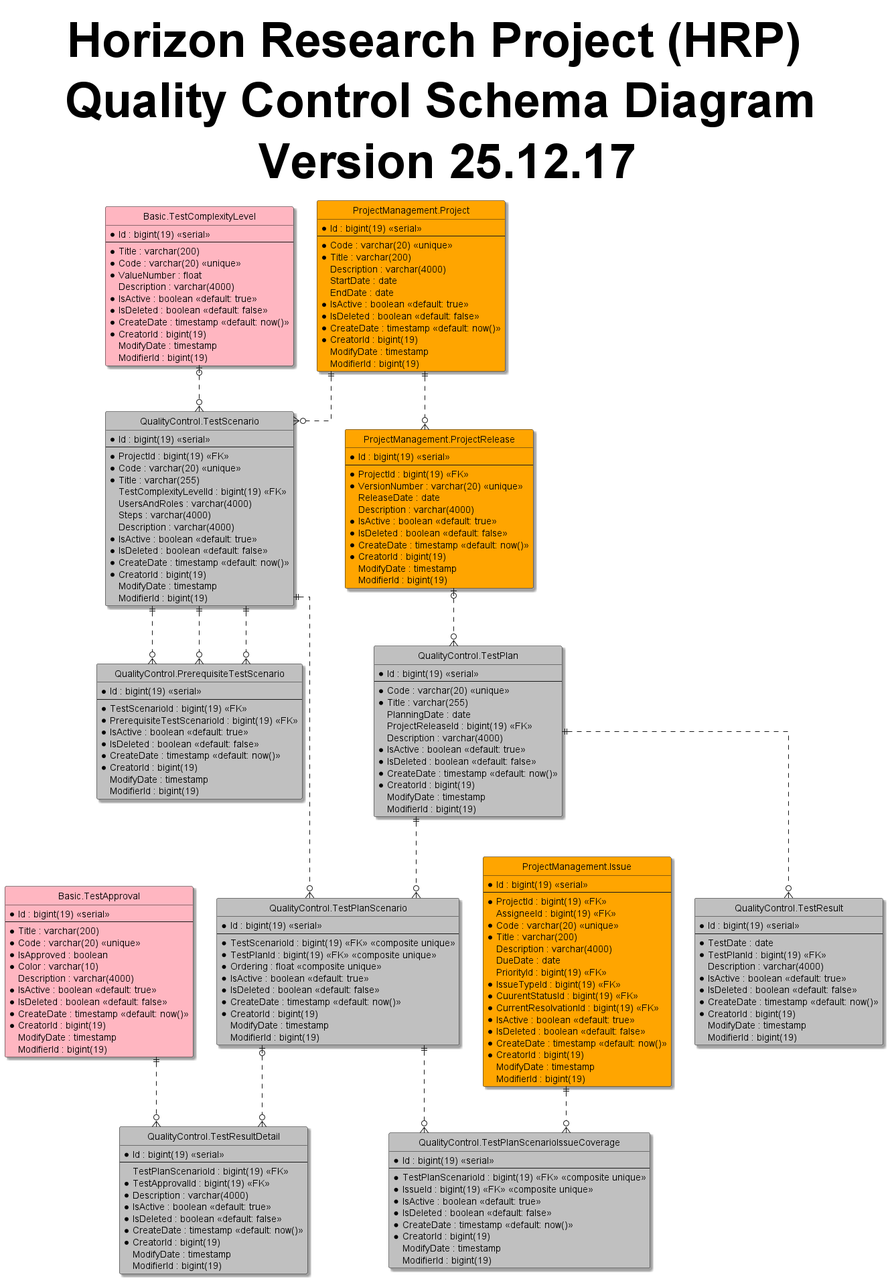
shadowfox1984/Horizon keeps this PlantUML diagram as 3-HorizonModeling/3.1-HorizonUml/out/ERD/Schemas/QualityControlSchemaDiagram.png. Above is the earlier version.
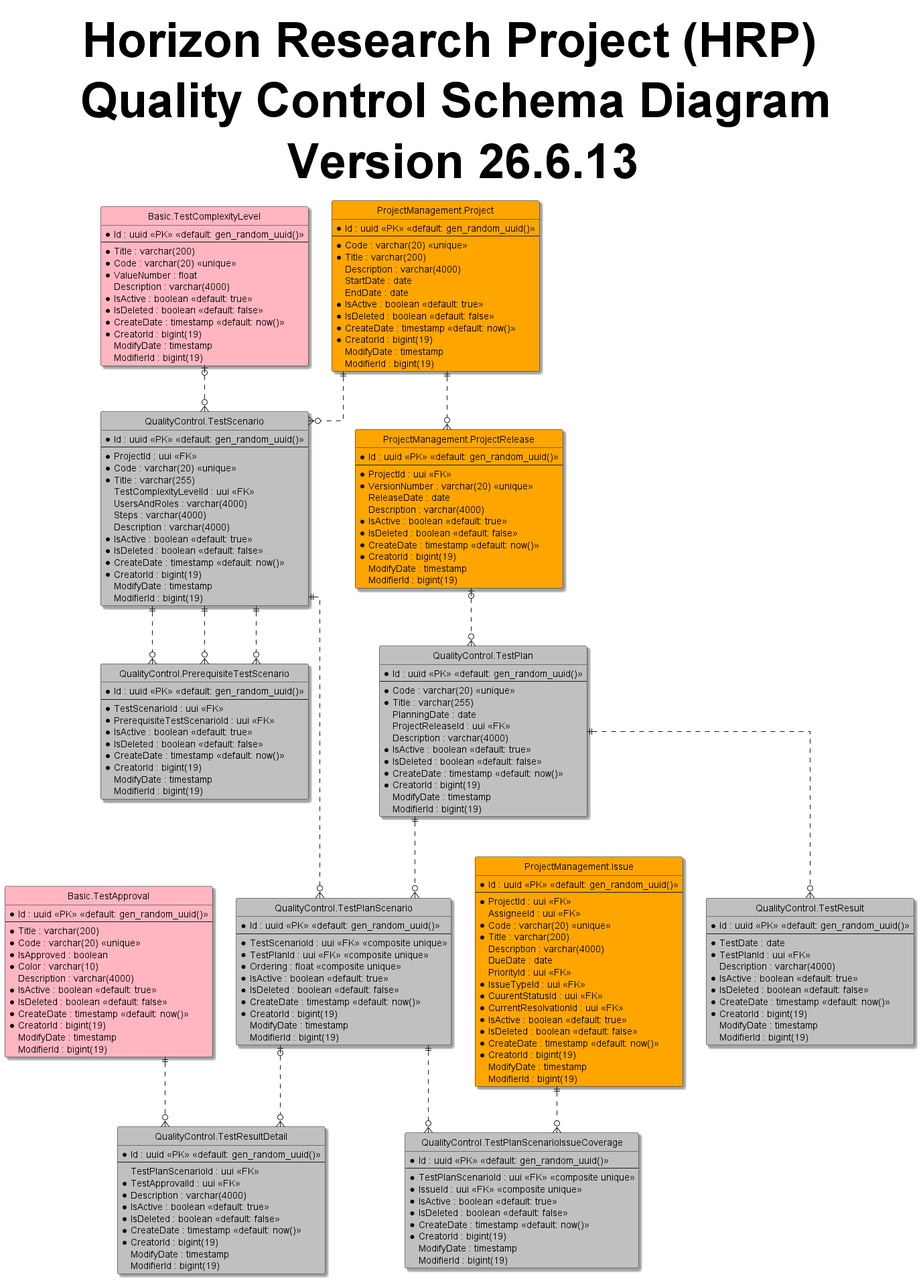
The same diagram one commit later.

The edit, as a diff of the source:
```diff
@@ -5,10 +5,10 @@
 skinparam Shadowing True
 skinparam TitleFontSize 72pt
 
-title Horizon Research Project (HRP) \n Quality Control Schema Diagram \n Version 25.12.17
+title Horizon Research Project (HRP) \n Quality Control Schema Diagram \n Version 26.6.13
 
 entity "Basic.TestApproval" as testApproval #LightPink{
-  *Id : bigint(19) <<serial>>
+  *Id : uuid <<PK>> <<default: gen_random_uuid()>>
   --
   *Title : varchar(200)
   *Code : varchar(20) <<unique>>
@@ -24,7 +24,7 @@
 }
 
 entity "Basic.TestComplexityLevel" as testComplexityLevel #LightPink{
-  *Id : bigint(19) <<serial>>
+  *Id : uuid <<PK>> <<default: gen_random_uuid()>>
   --
   *Title : varchar(200)
   *Code : varchar(20) <<unique>>
@@ -39,7 +39,7 @@
 }
 
 entity "ProjectManagement.Project" as project #Orange{
-  *Id : bigint(19) <<serial>>
+  *Id : uuid <<PK>> <<default: gen_random_uuid()>>
   --
   *Code : varchar(20) <<unique>>
   *Title : varchar(200)
@@ -55,9 +55,9 @@
 }
 
 entity "ProjectManagement.ProjectRelease" as release #Orange{
-  *Id : bigint(19) <<serial>>
+  *Id : uuid <<PK>> <<default: gen_random_uuid()>>
   --
-  *ProjectId : bigint(19) <<FK>>
+  *ProjectId : uui <<FK>>
   *VersionNumber : varchar(20) <<unique>>
   ReleaseDate : date
   Description : varchar(4000)
@@ -70,18 +70,18 @@
 }
 
 entity "ProjectManagement.Issue" as issue #Orange{
-  *Id : bigint(19) <<serial>>
+  *Id : uuid <<PK>> <<default: gen_random_uuid()>>
   --
-  *ProjectId : bigint(19) <<FK>>
-  AssigneeId : bigint(19) <<FK>>
+  *ProjectId : uui <<FK>>
+  AssigneeId : uui <<FK>>
   *Code : varchar(20) <<unique>>
   *Title : varchar(200)
   Description : varchar(4000)
   DueDate : date
-  PriorityId : bigint(19) <<FK>>
-  *IssueTypeId : bigint(19) <<FK>>
-  *CuurentStatusId : bigint(19) <<FK>>
-  *CurrentResolvationId : bigint(19) <<FK>>
+  PriorityId : uui <<FK>>
+  *IssueTypeId : uui <<FK>>
+  *CuurentStatusId : uui <<FK>>
+  *CurrentResolvationId : uui <<FK>>
   *IsActive : boolean <<default: true>>
   *IsDeleted : boolean <<default: false>>
   *CreateDate : timestamp <<default: now()>>
@@ -91,12 +91,12 @@
 }
 
 entity "QualityControl.TestScenario" as testScenario #Silver{
-  *Id : bigint(19) <<serial>>
+  *Id : uuid <<PK>> <<default: gen_random_uuid()>>
   --
-  *ProjectId : bigint(19) <<FK>>
+  *ProjectId : uui <<FK>>
   *Code : varchar(20) <<unique>>
   *Title : varchar(255)
-  TestComplexityLevelId : bigint(19) <<FK>>
+  TestComplexityLevelId : uui <<FK>>
   UsersAndRoles : varchar(4000)
   Steps : varchar(4000)
   Description : varchar(4000)
@@ -109,10 +109,10 @@
 }
 
 entity "QualityControl.PrerequisiteTestScenario" as prerequisiteTestScenario #Silver{
-  *Id : bigint(19) <<serial>>
+  *Id : uuid <<PK>> <<default: gen_random_uuid()>>
   --
-  *TestScenarioId : bigint(19) <<FK>>
-  *PrerequisiteTestScenarioId : bigint(19) <<FK>>
+  *TestScenarioId : uui <<FK>>
+  *PrerequisiteTestScenarioId : uui <<FK>>
   *IsActive : boolean <<default: true>>
   *IsDeleted : boolean <<default: false>>
   *CreateDate : timestamp <<default: now()>>
@@ -122,12 +122,12 @@
 }
 
 entity "QualityControl.TestPlan" as testPlan #Silver{
-  *Id : bigint(19) <<serial>>
+  *Id : uuid <<PK>> <<default: gen_random_uuid()>>
   --
   *Code : varchar(20) <<unique>>
   *Title : varchar(255)
   PlanningDate : date
-  ProjectReleaseId : bigint(19) <<FK>>
+  ProjectReleaseId : uui <<FK>>
   Description : varchar(4000)
   *IsActive : boolean <<default: true>>
   *IsDeleted : boolean <<default: false>>
@@ -138,10 +138,10 @@
 }
 
 entity "QualityControl.TestPlanScenario" as testPlanScenario #Silver{
-  *Id : bigint(19) <<serial>>
+  *Id : uuid <<PK>> <<default: gen_random_uuid()>>
   --
-  *TestScenarioId : bigint(19) <<FK>> <<composite unique>>
-  *TestPlanId : bigint(19) <<FK>> <<composite unique>>
+  *TestScenarioId : uui <<FK>> <<composite unique>>
+  *TestPlanId : uui <<FK>> <<composite unique>>
   *Ordering : float <<composite unique>>
   *IsActive : boolean <<default: true>>
   *IsDeleted : boolean <<default: false>>
@@ -152,10 +152,10 @@
 }
 
 entity "QualityControl.TestPlanScenarioIssueCoverage" as testPlanScenarioIssueCoverage #Silver{
-  *Id : bigint(19) <<serial>>
+  *Id : uuid <<PK>> <<default: gen_random_uuid()>>
   --
-  *TestPlanScenarioId : bigint(19) <<FK>> <<composite unique>>
-  *IssueId : bigint(19) <<FK>> <<composite unique>>
+  *TestPlanScenarioId : uui <<FK>> <<composite unique>>
+  *IssueId : uui <<FK>> <<composite unique>>
   *IsActive : boolean <<default: true>>
   *IsDeleted : boolean <<default: false>>
   *CreateDate : timestamp <<default: now()>>
@@ -165,10 +165,10 @@
 }
 
 entity "QualityControl.TestResult" as testResult #Silver{
-  *Id : bigint(19) <<serial>>
+  *Id : uuid <<PK>> <<default: gen_random_uuid()>>
   --
   *TestDate : date
-  *TestPlanId : bigint(19) <<FK>>
+  *TestPlanId : uui <<FK>>
   Description : varchar(4000)
   *IsActive : boolean <<default: true>>
   *IsDeleted : boolean <<default: false>>
@@ -179,10 +179,10 @@
 }
 
 entity "QualityControl.TestResultDetail" as testResultDetail #Silver{
-  *Id : bigint(19) <<serial>>
+  *Id : uuid <<PK>> <<default: gen_random_uuid()>>
   --
-  TestPlanScenarioId : bigint(19) <<FK>>
-  *TestApprovalId : bigint(19) <<FK>>
+  TestPlanScenarioId : uui <<FK>>
+  *TestApprovalId : uui <<FK>>
   *Description : varchar(4000)
   *IsActive : boolean <<default: true>>
   *IsDeleted : boolean <<default: false>>
```
